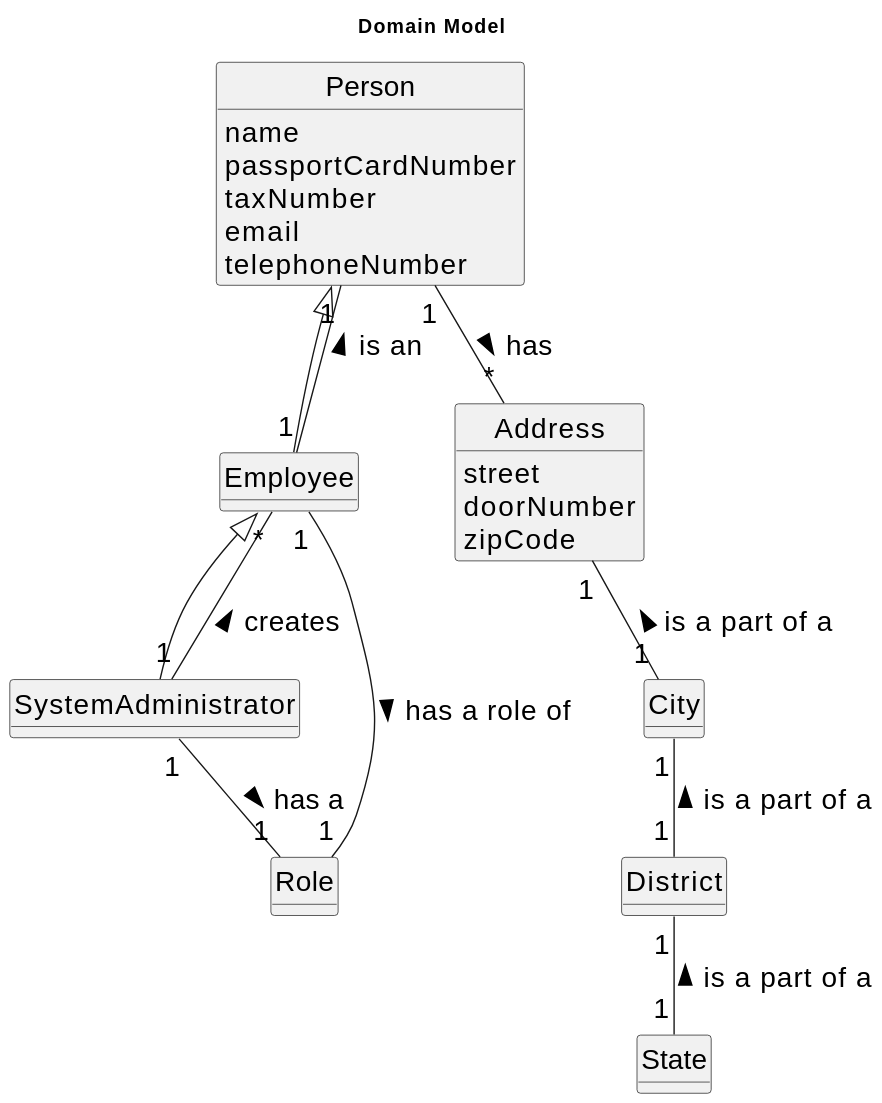
Goncalves2525/real-estate-management-system keeps this PlantUML diagram as docs/sprintB/us003/02.analysis/svg/us003-domain-model.svg. Above is the earlier version.
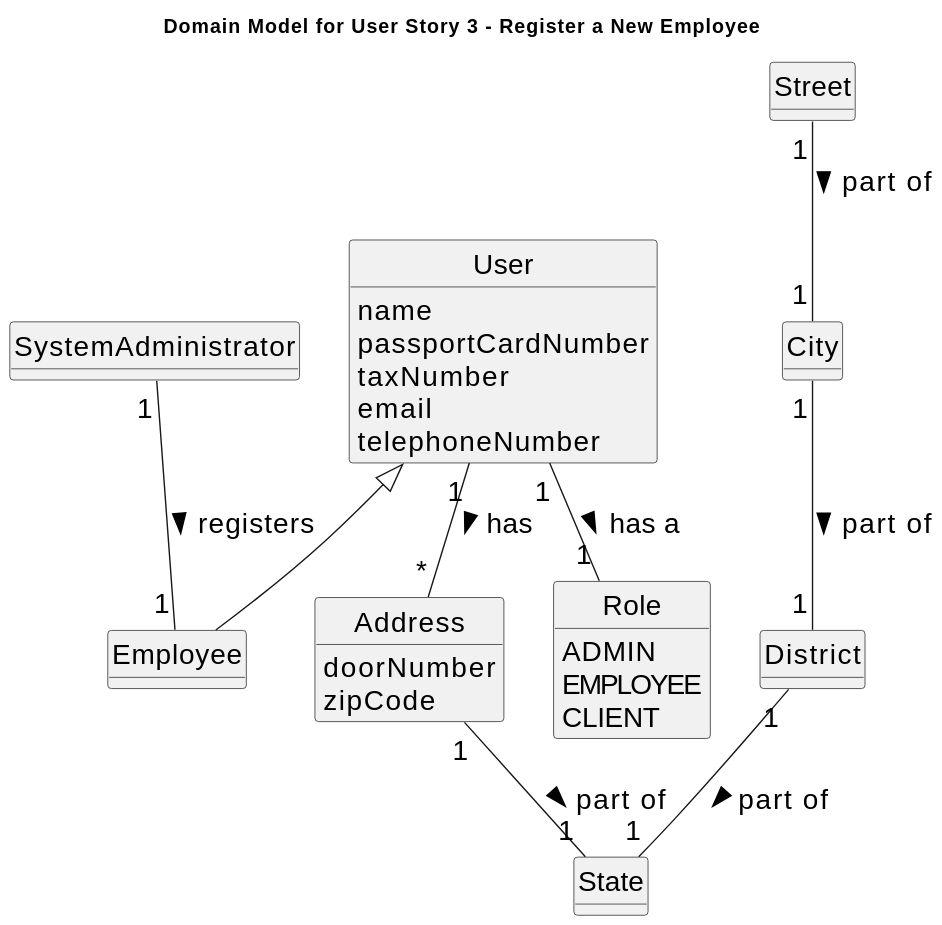
Later version of the same file.

What changed in the source:
```diff
@@ -13,9 +13,12 @@
 hide circle
 hide methods
 
-title Domain Model
+title Domain Model for User Story 3 - Register a New Employee
 
-class Person {
+class SystemAdministrator {
+}
+
+class User {
     name
     passportCardNumber
     taxNumber
@@ -23,19 +26,15 @@
     telephoneNumber
 }
 
-class Employee extends Person {
-}
-
-class SystemAdministrator extends Employee {
-}
-
-class Role {
+class Employee extends User {
 }
 
 class Address {
-    street
     doorNumber
     zipCode
+}
+
+class Street {
 }
 
 class City {
@@ -47,12 +46,17 @@
 class State {
 }
 
-SystemAdministrator "1" -- "*" Employee: creates >
-Employee "1" -- "1" Person: is an >
-Employee "1" -- "1" Role: has a role of >
-SystemAdministrator "1" -- "1" Role: has a >
-Person "1" -- "*" Address: has >
-Address "1" -- "1" City : is a part of a <
-City "1" -- "1" District : is a part of a <
-District "1" -- "1" State : is a part of a <
+class Role {
+    ADMIN
+    EMPLOYEE
+    CLIENT
+}
+
+SystemAdministrator "1" -- "1" Employee: registers >
+User "1" -- "*" Address: has >
+User "1" -- "1" Role: has a >
+Address "1" -- "1" State: part of >
+Street "1" -- "1" City: part of >
+City "1" -- "1" District: part of >
+District "1" -- "1" State: part of >
 @enduml
```
